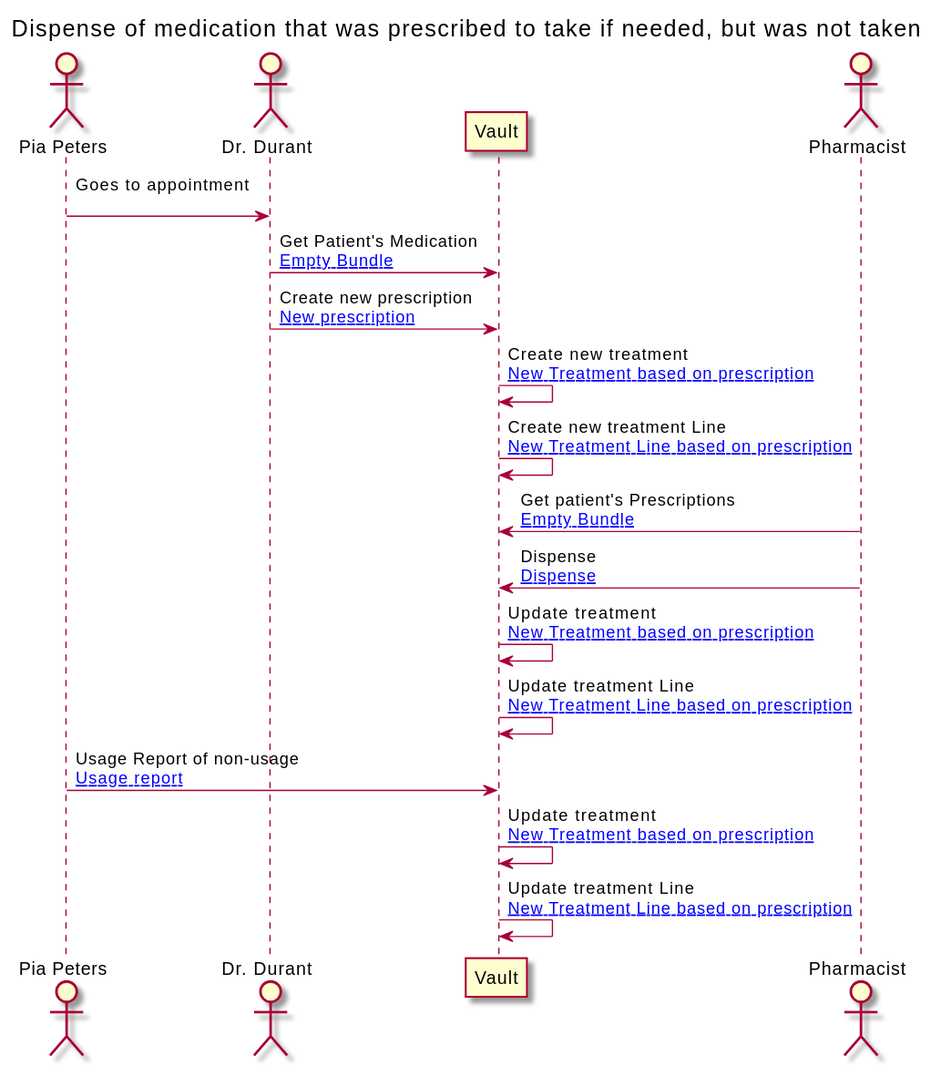
Earlier version of the PlantUML export branches/master/ExampleScenario-example-7-scenario.svg (costateixeira/hl7-be-fhir-medication).
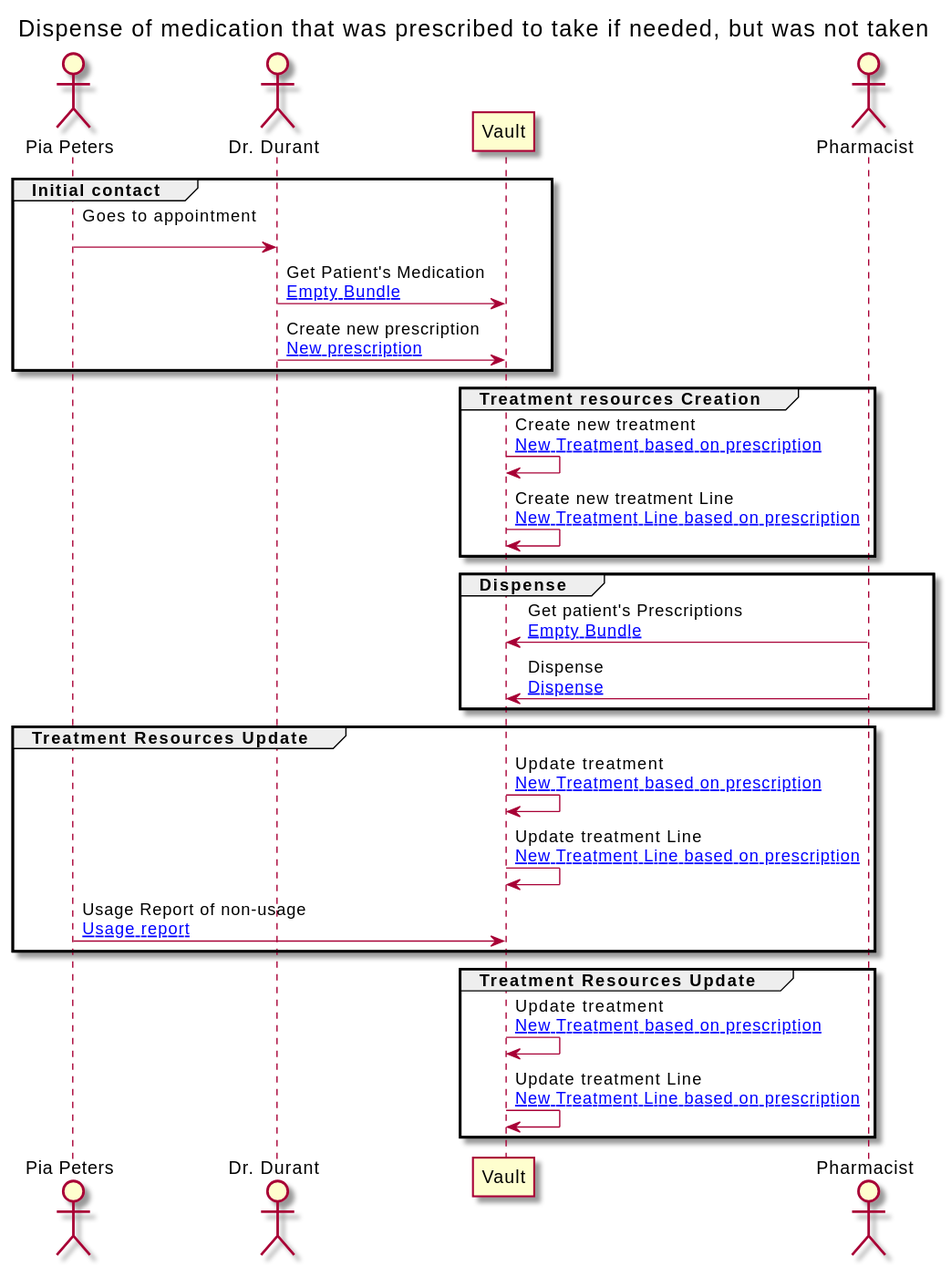
Later version of the same file.

Change to the diagram source:
```diff
@@ -13,29 +13,37 @@
 
 
 
+group Initial contact
+
 PATIENT -> GP : Goes to appointment\n
+GP -> VAULT : Get Patient's Medication\n[[ExampleScenario-example-7-scenario-resources.html#EB Empty Bundle]]
+GP -> VAULT : Create new prescription\n[[ExampleScenario-example-7-scenario-resources.html#7-prescription New prescription]]
+end
 
-GP -> VAULT : Get Patient's Medication\n[[ExampleScenario-example-7-scenario-resources.html#EB Empty Bundle]]
-
-GP -> VAULT : Create new prescription\n[[ExampleScenario-example-7-scenario-resources.html#7-prescription New prescription]]
+group Treatment resources Creation
 
 VAULT -> VAULT : Create new treatment\n[[ExampleScenario-example-7-scenario-resources.html#7-treatment New Treatment based on prescription]]
+VAULT -> VAULT : Create new treatment Line\n[[ExampleScenario-example-7-scenario-resources.html#7-treatmentLine New Treatment Line based on prescription]]
+end
 
-VAULT -> VAULT : Create new treatment Line\n[[ExampleScenario-example-7-scenario-resources.html#7-treatmentLine New Treatment Line based on prescription]]
+group Dispense
 
 PHARM -> VAULT : Get patient's Prescriptions\n[[ExampleScenario-example-7-scenario-resources.html#EB Empty Bundle]]
+PHARM -> VAULT : Dispense\n[[ExampleScenario-example-7-scenario-resources.html#7-dispense Dispense]]
+end
 
-PHARM -> VAULT : Dispense\n[[ExampleScenario-example-7-scenario-resources.html#7-dispense Dispense]]
+group Treatment Resources Update
 
 VAULT -> VAULT : Update treatment\n[[ExampleScenario-example-7-scenario-resources.html#7-treatment New Treatment based on prescription]]
+VAULT -> VAULT : Update treatment Line\n[[ExampleScenario-example-7-scenario-resources.html#7-treatmentLine New Treatment Line based on prescription]]
+PATIENT -> VAULT : Usage Report of non-usage\n[[ExampleScenario-example-7-scenario-resources.html#7-usage Usage report]]
+end
 
-VAULT -> VAULT : Update treatment Line\n[[ExampleScenario-example-7-scenario-resources.html#7-treatmentLine New Treatment Line based on prescription]]
-
-PATIENT -> VAULT : Usage Report of non-usage\n[[ExampleScenario-example-7-scenario-resources.html#7-usage Usage report]]
+group Treatment Resources Update
 
 VAULT -> VAULT : Update treatment\n[[ExampleScenario-example-7-scenario-resources.html#7-treatment New Treatment based on prescription]]
-
 VAULT -> VAULT : Update treatment Line\n[[ExampleScenario-example-7-scenario-resources.html#7-treatmentLine New Treatment Line based on prescription]]
+end
 
 
 @enduml
```
